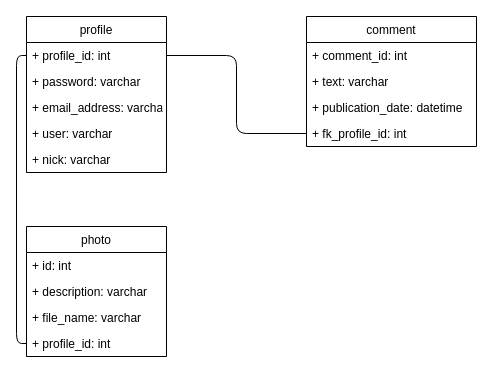
Above: page "UML_Diagram" (3 of 4) of social_network.drawio in e-karov/MySQL-v17.0 (draw.io), before the change. Source tidied: cells renumbered, new cells numbered last; positions are measured from the earlier drawing's top-left corner, leaving out a move shared by most shapes. Both pictures are drawn from the tidied source at 100%, with x=0, y=0 at pixel (26, 16).
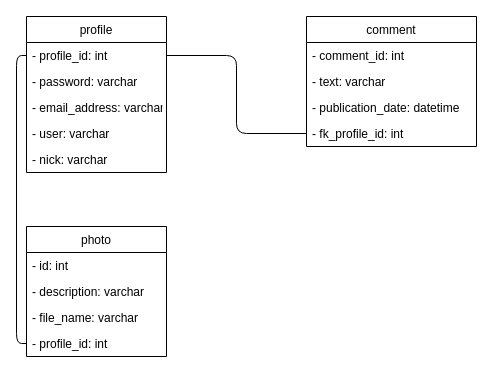
The same diagram, later.

Change to the diagram source:
```diff
@@
 <mxGraphModel>
   <root>
     <mxCell id="0" />
     <mxCell id="1" parent="0" />
     <mxCell id="2" value="profile" style="swimlane;fontStyle=0;horizontal=1;startSize=26;fillColor=none;" parent="1" vertex="1">
       <mxGeometry width="140" height="156" as="geometry" />
     </mxCell>
-    <mxCell id="3" value="+ profile_id: int" style="text;strokeColor=none;fillColor=none;align=left;verticalAlign=top;spacingLeft=4;spacingRight=4;overflow=hidden;points=[[0,0.5],[1,0.5]];portConstraint=eastwest;" parent="2" vertex="1">
+    <mxCell id="3" value="- profile_id: int" style="text;strokeColor=none;fillColor=none;align=left;verticalAlign=top;spacingLeft=4;spacingRight=4;overflow=hidden;points=[[0,0.5],[1,0.5]];portConstraint=eastwest;" parent="2" vertex="1">
       <mxGeometry y="26" width="140" height="26" as="geometry" />
     </mxCell>
-    <mxCell id="4" value="+ password: varchar" style="text;strokeColor=none;fillColor=none;align=left;verticalAlign=top;spacingLeft=4;spacingRight=4;overflow=hidden;" parent="2" vertex="1">
+    <mxCell id="4" value="- password: varchar" style="text;strokeColor=none;fillColor=none;align=left;verticalAlign=top;spacingLeft=4;spacingRight=4;overflow=hidden;" parent="2" vertex="1">
       <mxGeometry y="52" width="140" height="26" as="geometry" />
     </mxCell>
-    <mxCell id="5" value="+ email_address: varchar" style="text;strokeColor=none;fillColor=none;align=left;verticalAlign=top;spacingLeft=4;spacingRight=4;overflow=hidden;" parent="2" vertex="1">
+    <mxCell id="5" value="- email_address: varchar" style="text;strokeColor=none;fillColor=none;align=left;verticalAlign=top;spacingLeft=4;spacingRight=4;overflow=hidden;" parent="2" vertex="1">
       <mxGeometry y="78" width="140" height="26" as="geometry" />
     </mxCell>
-    <mxCell id="6" value="+ user: varchar" style="text;strokeColor=none;fillColor=none;align=left;verticalAlign=top;spacingLeft=4;spacingRight=4;overflow=hidden;" parent="2" vertex="1">
+    <mxCell id="6" value="- user: varchar" style="text;strokeColor=none;fillColor=none;align=left;verticalAlign=top;spacingLeft=4;spacingRight=4;overflow=hidden;" parent="2" vertex="1">
       <mxGeometry y="104" width="140" height="26" as="geometry" />
     </mxCell>
-    <mxCell id="7" value="+ nick: varchar" style="text;strokeColor=none;fillColor=none;align=left;verticalAlign=top;spacingLeft=4;spacingRight=4;overflow=hidden;" parent="2" vertex="1">
+    <mxCell id="7" value="- nick: varchar" style="text;strokeColor=none;fillColor=none;align=left;verticalAlign=top;spacingLeft=4;spacingRight=4;overflow=hidden;" parent="2" vertex="1">
       <mxGeometry y="130" width="140" height="26" as="geometry" />
     </mxCell>
     <mxCell id="8" value="comment" style="swimlane;fontStyle=0;horizontal=1;startSize=26;fillColor=none;" parent="1" vertex="1">
       <mxGeometry x="280" width="170" height="130" as="geometry" />
     </mxCell>
-    <mxCell id="9" value="+ comment_id: int" style="text;strokeColor=none;fillColor=none;align=left;verticalAlign=top;spacingLeft=4;spacingRight=4;overflow=hidden;" parent="8" vertex="1">
+    <mxCell id="9" value="- comment_id: int" style="text;strokeColor=none;fillColor=none;align=left;verticalAlign=top;spacingLeft=4;spacingRight=4;overflow=hidden;" parent="8" vertex="1">
       <mxGeometry y="26" width="170" height="26" as="geometry" />
     </mxCell>
-    <mxCell id="10" value="+ text: varchar" style="text;strokeColor=none;fillColor=none;align=left;verticalAlign=top;spacingLeft=4;spacingRight=4;overflow=hidden;" parent="8" vertex="1">
+    <mxCell id="10" value="- text: varchar" style="text;strokeColor=none;fillColor=none;align=left;verticalAlign=top;spacingLeft=4;spacingRight=4;overflow=hidden;" parent="8" vertex="1">
       <mxGeometry y="52" width="170" height="26" as="geometry" />
     </mxCell>
-    <mxCell id="11" value="+ publication_date: datetime" style="text;strokeColor=none;fillColor=none;align=left;verticalAlign=top;spacingLeft=4;spacingRight=4;overflow=hidden;" parent="8" vertex="1">
+    <mxCell id="11" value="- publication_date: datetime" style="text;strokeColor=none;fillColor=none;align=left;verticalAlign=top;spacingLeft=4;spacingRight=4;overflow=hidden;" parent="8" vertex="1">
       <mxGeometry y="78" width="170" height="26" as="geometry" />
     </mxCell>
-    <mxCell id="12" value="+ fk_profile_id: int" style="text;strokeColor=none;fillColor=none;align=left;verticalAlign=top;spacingLeft=4;spacingRight=4;overflow=hidden;points=[[0,0.5],[1,0.5]];portConstraint=eastwest;" parent="8" vertex="1">
+    <mxCell id="12" value="- fk_profile_id: int" style="text;strokeColor=none;fillColor=none;align=left;verticalAlign=top;spacingLeft=4;spacingRight=4;overflow=hidden;points=[[0,0.5],[1,0.5]];portConstraint=eastwest;" parent="8" vertex="1">
       <mxGeometry y="104" width="170" height="26" as="geometry" />
     </mxCell>
     <mxCell id="13" value="photo" style="swimlane;fontStyle=0;horizontal=1;startSize=26;fillColor=none;" parent="1" vertex="1">
       <mxGeometry y="210" width="140" height="130" as="geometry" />
     </mxCell>
-    <mxCell id="14" value="+ id: int" style="text;strokeColor=none;fillColor=none;align=left;verticalAlign=top;spacingLeft=4;spacingRight=4;overflow=hidden;" parent="13" vertex="1">
+    <mxCell id="14" value="- id: int" style="text;strokeColor=none;fillColor=none;align=left;verticalAlign=top;spacingLeft=4;spacingRight=4;overflow=hidden;" parent="13" vertex="1">
       <mxGeometry y="26" width="140" height="26" as="geometry" />
     </mxCell>
-    <mxCell id="15" value="+ description: varchar" style="text;strokeColor=none;fillColor=none;align=left;verticalAlign=top;spacingLeft=4;spacingRight=4;overflow=hidden;" parent="13" vertex="1">
+    <mxCell id="15" value="- description: varchar" style="text;strokeColor=none;fillColor=none;align=left;verticalAlign=top;spacingLeft=4;spacingRight=4;overflow=hidden;" parent="13" vertex="1">
       <mxGeometry y="52" width="140" height="26" as="geometry" />
     </mxCell>
-    <mxCell id="16" value="+ file_name: varchar" style="text;strokeColor=none;fillColor=none;align=left;verticalAlign=top;spacingLeft=4;spacingRight=4;overflow=hidden;" parent="13" vertex="1">
+    <mxCell id="16" value="- file_name: varchar" style="text;strokeColor=none;fillColor=none;align=left;verticalAlign=top;spacingLeft=4;spacingRight=4;overflow=hidden;" parent="13" vertex="1">
       <mxGeometry y="78" width="140" height="26" as="geometry" />
     </mxCell>
-    <mxCell id="17" value="+ profile_id: int" style="text;strokeColor=none;fillColor=none;align=left;verticalAlign=top;spacingLeft=4;spacingRight=4;overflow=hidden;points=[[0,0.5],[1,0.5]];portConstraint=eastwest;" parent="13" vertex="1">
+    <mxCell id="17" value="- profile_id: int" style="text;strokeColor=none;fillColor=none;align=left;verticalAlign=top;spacingLeft=4;spacingRight=4;overflow=hidden;points=[[0,0.5],[1,0.5]];portConstraint=eastwest;" parent="13" vertex="1">
       <mxGeometry y="104" width="140" height="26" as="geometry" />
     </mxCell>
     <mxCell id="18" style="edgeStyle=orthogonalEdgeStyle;html=1;exitX=1;exitY=0.5;exitDx=0;exitDy=0;entryX=0;entryY=0.5;entryDx=0;entryDy=0;endArrow=none;endFill=0;" parent="1" edge="1" source="3" target="12">
       <mxGeometry relative="1" as="geometry" />
     </mxCell>
     <mxCell id="19" style="edgeStyle=orthogonalEdgeStyle;html=1;exitX=0;exitY=0.5;exitDx=0;exitDy=0;entryX=0;entryY=0.5;entryDx=0;entryDy=0;endArrow=none;endFill=0;" parent="1" edge="1" source="3" target="17">
       <mxGeometry relative="1" as="geometry" />
     </mxCell>
   </root>
 </mxGraphModel>
```
